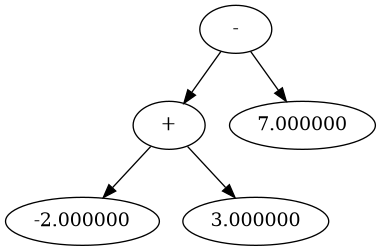
The Graphviz diagram GraphViz/dump_file.png in Stan1slavssKy/Differentiator, before a commit. Its source is kept beside it as GraphViz/dump_file.dot.
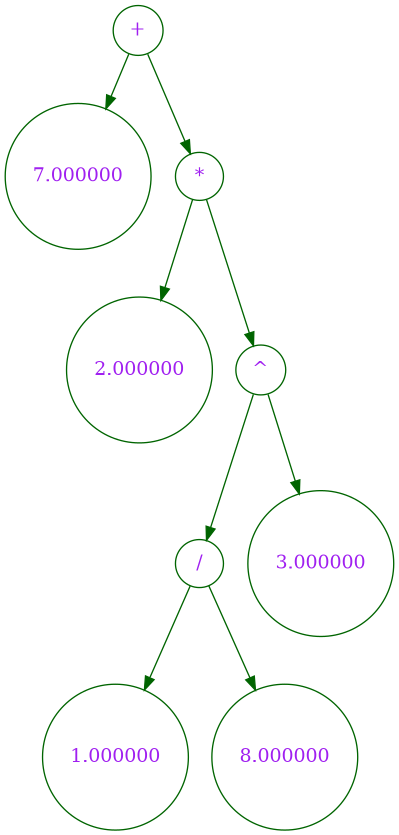
Above is the later version.

What changed in the source:
```diff
@@ -1,7 +1,14 @@
 digraph Differentiator
 {
-		"-" -> "+";
-		"-" -> "7.000000";
-		"+" -> "-2.000000";
-		"+" -> "3.000000";
+		node [shape = "circle", color = "darkgreen", fontcolor = "purple"];
+		edge [color = "darkgreen"];
+
+		"+" -> "7.000000";
+		"+" -> "*";
+		"*" -> "2.000000";
+		"*" -> "^";
+		"^" -> "/";
+		"^" -> "3.000000";
+		"/" -> "1.000000";
+		"/" -> "8.000000";
 }
```
